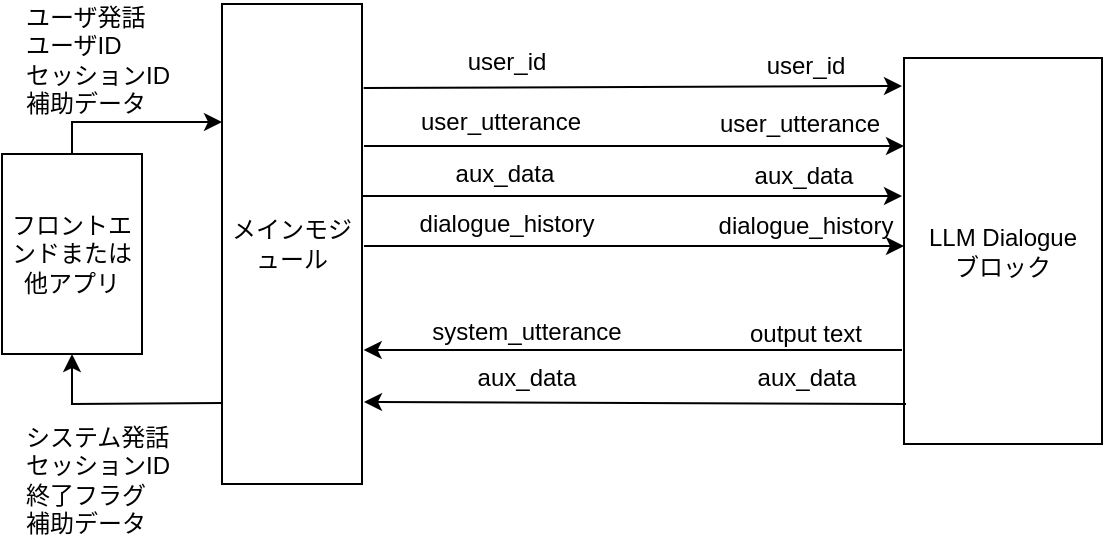
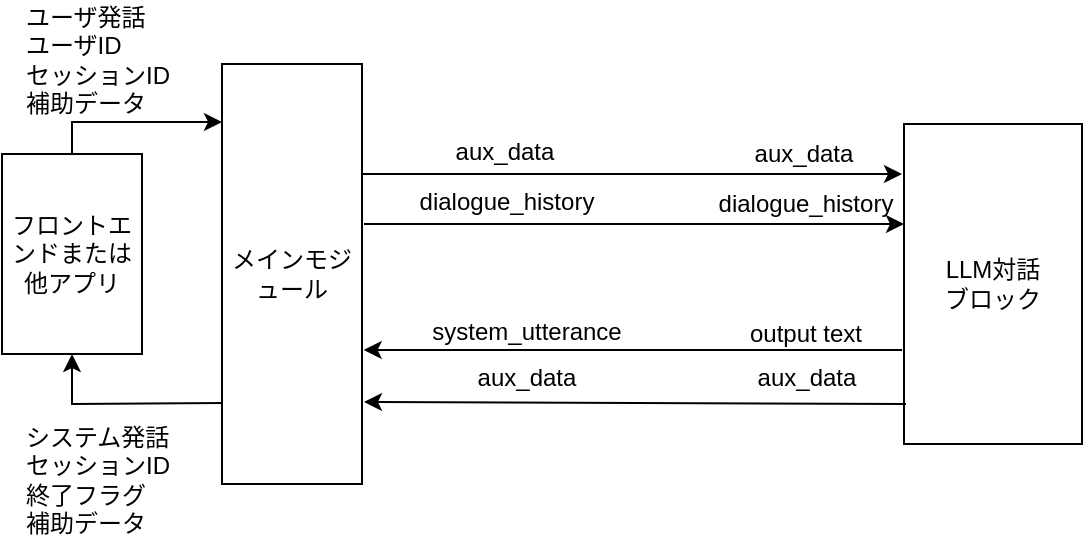
<mxfile host="Electron" agent="Mozilla/5.0 (Windows NT 10.0; Win64; x64) AppleWebKit/537.36 (KHTML, like Gecko) draw.io/26.1.1 Chrome/132.0.6834.210 Electron/34.3.3 Safari/537.36" version="26.1.1">
  <diagram id="0jzvoz7xoONC1ta8vLtH" name="ページ1">
    <mxGraphModel dx="1293" dy="762" grid="1" gridSize="10" guides="1" tooltips="1" connect="1" arrows="1" fold="1" page="1" pageScale="1" pageWidth="827" pageHeight="1169" math="0" shadow="0">
      <root>
        <mxCell id="0" />
        <mxCell id="1" parent="0" />
        <mxCell id="6nG_dfres4fqL1OyFaTb-1" value="メインモジュール" style="rounded=0;whiteSpace=wrap;html=1;" parent="1" vertex="1">
-           <mxGeometry x="250" y="190" width="70" height="240" as="geometry" />
+           <mxGeometry x="250" y="220" width="70" height="210" as="geometry" />
        </mxCell>
-         <mxCell id="6nG_dfres4fqL1OyFaTb-2" value="LLM Dialogue&lt;br&gt;ブロック" style="rounded=0;whiteSpace=wrap;html=1;" parent="1" vertex="1">
-           <mxGeometry x="591" y="217" width="99" height="193" as="geometry" />
-         </mxCell>
-         <mxCell id="6nG_dfres4fqL1OyFaTb-5" value="" style="endArrow=classic;html=1;rounded=0;exitX=1.012;exitY=0.128;exitDx=0;exitDy=0;exitPerimeter=0;" parent="1" edge="1">
-           <mxGeometry width="50" height="50" relative="1" as="geometry">
-             <mxPoint x="320.8399999999999" y="232.03999999999996" as="sourcePoint" />
-             <mxPoint x="590" y="231" as="targetPoint" />
-           </mxGeometry>
+         <mxCell id="6nG_dfres4fqL1OyFaTb-2" value="LLM対話&lt;br&gt;ブロック" style="rounded=0;whiteSpace=wrap;html=1;" parent="1" vertex="1">
+           <mxGeometry x="591" y="250" width="89" height="160" as="geometry" />
        </mxCell>
        <mxCell id="6nG_dfres4fqL1OyFaTb-6" value="" style="endArrow=classic;html=1;rounded=0;entryX=1.012;entryY=0.535;entryDx=0;entryDy=0;entryPerimeter=0;" parent="1" edge="1">
          <mxGeometry width="50" height="50" relative="1" as="geometry">
            <mxPoint x="590" y="363" as="sourcePoint" />
            <mxPoint x="320.84000000000003" y="363" as="targetPoint" />
          </mxGeometry>
        </mxCell>
        <mxCell id="6nG_dfres4fqL1OyFaTb-11" value="" style="endArrow=classic;html=1;rounded=0;exitX=0.5;exitY=0;exitDx=0;exitDy=0;" parent="1" source="7yFsLuSHQwP80PSkCyWd-15" edge="1">
          <mxGeometry width="50" height="50" relative="1" as="geometry">
            <mxPoint x="170" y="192" as="sourcePoint" />
            <mxPoint x="250" y="249" as="targetPoint" />
            <Array as="points">
              <mxPoint x="175" y="249" />
            </Array>
          </mxGeometry>
        </mxCell>
        <mxCell id="6nG_dfres4fqL1OyFaTb-12" value="" style="endArrow=classic;html=1;rounded=0;entryX=0.5;entryY=1;entryDx=0;entryDy=0;exitX=0.007;exitY=0.894;exitDx=0;exitDy=0;exitPerimeter=0;" parent="1" target="7yFsLuSHQwP80PSkCyWd-15" edge="1">
          <mxGeometry width="50" height="50" relative="1" as="geometry">
            <mxPoint x="250.4899999999999" y="389.56000000000006" as="sourcePoint" />
            <mxPoint x="170" y="531" as="targetPoint" />
            <Array as="points">
              <mxPoint x="175" y="390" />
            </Array>
          </mxGeometry>
        </mxCell>
        <mxCell id="W3RRk2SyyBqXtN76rQBY-3" value="システム発話&lt;br&gt;セッションID&lt;div&gt;終了フラグ&lt;br&gt;補助データ&lt;/div&gt;" style="text;html=1;strokeColor=none;fillColor=none;align=left;verticalAlign=middle;whiteSpace=wrap;rounded=0;" parent="1" vertex="1">
          <mxGeometry x="150" y="415" width="100" height="25" as="geometry" />
        </mxCell>
-         <mxCell id="iua9zefK4cCjFermVdLk-1" value="user_id" style="text;html=1;strokeColor=none;fillColor=none;align=center;verticalAlign=middle;whiteSpace=wrap;rounded=0;" parent="1" vertex="1">
-           <mxGeometry x="512" y="206" width="60" height="30" as="geometry" />
-         </mxCell>
-         <mxCell id="iua9zefK4cCjFermVdLk-2" value="user_id" style="text;html=1;strokeColor=none;fillColor=none;align=center;verticalAlign=middle;whiteSpace=wrap;rounded=0;" parent="1" vertex="1">
-           <mxGeometry x="350" y="207" width="85" height="23" as="geometry" />
-         </mxCell>
        <mxCell id="iua9zefK4cCjFermVdLk-4" value="output text" style="text;html=1;strokeColor=none;fillColor=none;align=center;verticalAlign=middle;whiteSpace=wrap;rounded=0;" parent="1" vertex="1">
          <mxGeometry x="512" y="332.75" width="60" height="44.5" as="geometry" />
        </mxCell>
        <mxCell id="7yFsLuSHQwP80PSkCyWd-15" value="フロントエンドまたは他アプリ" style="rounded=0;whiteSpace=wrap;html=1;" parent="1" vertex="1">
          <mxGeometry x="140" y="265" width="70" height="100" as="geometry" />
        </mxCell>
        <mxCell id="7yFsLuSHQwP80PSkCyWd-17" value="ユーザ発話&lt;br&gt;ユーザID&lt;br&gt;セッションID&lt;br&gt;補助データ" style="text;html=1;strokeColor=none;fillColor=none;align=left;verticalAlign=middle;whiteSpace=wrap;rounded=0;" parent="1" vertex="1">
          <mxGeometry x="150" y="205" width="100" height="25" as="geometry" />
-         </mxCell>
-         <mxCell id="SJaTg1eMGeYwgWBnKDx6-2" value="" style="endArrow=classic;html=1;rounded=0;entryX=0;entryY=0.25;entryDx=0;entryDy=0;exitX=1.019;exitY=0.137;exitDx=0;exitDy=0;exitPerimeter=0;jumpSize=0;" parent="1" edge="1">
-           <mxGeometry width="50" height="50" relative="1" as="geometry">
-             <mxPoint x="321" y="261" as="sourcePoint" />
-             <mxPoint x="591" y="261" as="targetPoint" />
-           </mxGeometry>
        </mxCell>
        <mxCell id="SJaTg1eMGeYwgWBnKDx6-5" value="" style="endArrow=classic;html=1;rounded=0;exitX=0;exitY=0.75;exitDx=0;exitDy=0;entryX=0.999;entryY=0.293;entryDx=0;entryDy=0;entryPerimeter=0;" parent="1" edge="1">
          <mxGeometry width="50" height="50" relative="1" as="geometry">
            <mxPoint x="592" y="390" as="sourcePoint" />
            <mxPoint x="321" y="389" as="targetPoint" />
          </mxGeometry>
        </mxCell>
        <mxCell id="SJaTg1eMGeYwgWBnKDx6-11" value="aux_data" style="text;html=1;strokeColor=none;fillColor=none;align=center;verticalAlign=middle;whiteSpace=wrap;rounded=0;" parent="1" vertex="1">
          <mxGeometry x="360" y="365" width="85" height="23" as="geometry" />
        </mxCell>
        <mxCell id="SJaTg1eMGeYwgWBnKDx6-12" value="system_utterance" style="text;html=1;strokeColor=none;fillColor=none;align=center;verticalAlign=middle;whiteSpace=wrap;rounded=0;" parent="1" vertex="1">
          <mxGeometry x="360" y="342" width="85" height="23" as="geometry" />
        </mxCell>
        <mxCell id="SJaTg1eMGeYwgWBnKDx6-13" value="aux_data" style="text;html=1;strokeColor=none;fillColor=none;align=center;verticalAlign=middle;whiteSpace=wrap;rounded=0;" parent="1" vertex="1">
          <mxGeometry x="499.5" y="365" width="85" height="23" as="geometry" />
        </mxCell>
        <mxCell id="SJaTg1eMGeYwgWBnKDx6-16" value="" style="endArrow=classic;html=1;rounded=0;entryX=0;entryY=0.25;entryDx=0;entryDy=0;exitX=1.019;exitY=0.137;exitDx=0;exitDy=0;exitPerimeter=0;jumpSize=0;" parent="1" edge="1">
          <mxGeometry width="50" height="50" relative="1" as="geometry">
-             <mxPoint x="320" y="286" as="sourcePoint" />
-             <mxPoint x="590" y="286" as="targetPoint" />
+             <mxPoint x="320" y="275" as="sourcePoint" />
+             <mxPoint x="590" y="275" as="targetPoint" />
          </mxGeometry>
        </mxCell>
        <mxCell id="SJaTg1eMGeYwgWBnKDx6-17" value="aux_data" style="text;html=1;strokeColor=none;fillColor=none;align=center;verticalAlign=middle;whiteSpace=wrap;rounded=0;" parent="1" vertex="1">
-           <mxGeometry x="511" y="261" width="60" height="30" as="geometry" />
+           <mxGeometry x="511" y="250" width="60" height="30" as="geometry" />
        </mxCell>
        <mxCell id="SJaTg1eMGeYwgWBnKDx6-18" value="aux_data" style="text;html=1;strokeColor=none;fillColor=none;align=center;verticalAlign=middle;whiteSpace=wrap;rounded=0;" parent="1" vertex="1">
-           <mxGeometry x="349" y="263" width="85" height="23" as="geometry" />
-         </mxCell>
-         <mxCell id="SJaTg1eMGeYwgWBnKDx6-19" value="user_utterance" style="text;html=1;strokeColor=none;fillColor=none;align=center;verticalAlign=middle;whiteSpace=wrap;rounded=0;" parent="1" vertex="1">
-           <mxGeometry x="347" y="237" width="85" height="23" as="geometry" />
-         </mxCell>
-         <mxCell id="SJaTg1eMGeYwgWBnKDx6-20" value="user_utterance" style="text;html=1;strokeColor=none;fillColor=none;align=center;verticalAlign=middle;whiteSpace=wrap;rounded=0;" parent="1" vertex="1">
-           <mxGeometry x="509" y="235" width="60" height="30" as="geometry" />
+           <mxGeometry x="349" y="252" width="85" height="23" as="geometry" />
        </mxCell>
        <mxCell id="sJGMLatkXMlEjSwg9ASV-1" value="" style="endArrow=classic;html=1;rounded=0;entryX=0;entryY=0.25;entryDx=0;entryDy=0;exitX=1.019;exitY=0.137;exitDx=0;exitDy=0;exitPerimeter=0;jumpSize=0;" parent="1" edge="1">
          <mxGeometry width="50" height="50" relative="1" as="geometry">
-             <mxPoint x="321" y="311" as="sourcePoint" />
-             <mxPoint x="591" y="311" as="targetPoint" />
+             <mxPoint x="321" y="300" as="sourcePoint" />
+             <mxPoint x="591" y="300" as="targetPoint" />
          </mxGeometry>
        </mxCell>
        <mxCell id="sJGMLatkXMlEjSwg9ASV-2" value="dialogue_history" style="text;html=1;strokeColor=none;fillColor=none;align=center;verticalAlign=middle;whiteSpace=wrap;rounded=0;" parent="1" vertex="1">
-           <mxGeometry x="350" y="288" width="85" height="23" as="geometry" />
+           <mxGeometry x="350" y="277" width="85" height="23" as="geometry" />
        </mxCell>
        <mxCell id="sJGMLatkXMlEjSwg9ASV-3" value="dialogue_history" style="text;html=1;strokeColor=none;fillColor=none;align=center;verticalAlign=middle;whiteSpace=wrap;rounded=0;" parent="1" vertex="1">
-           <mxGeometry x="512" y="286" width="60" height="30" as="geometry" />
+           <mxGeometry x="512" y="275" width="60" height="30" as="geometry" />
        </mxCell>
      </root>
    </mxGraphModel>
  </diagram>
</mxfile>
